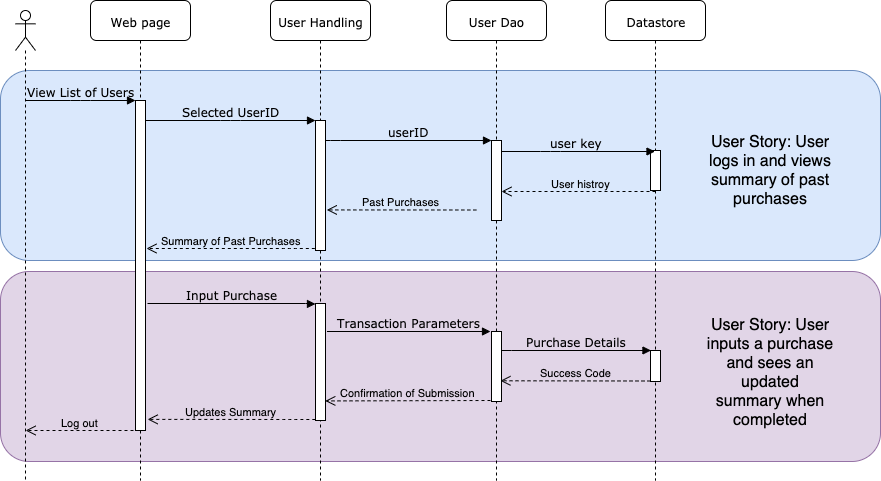
malcolmnewson/Simple-Budget---Seng-350 keeps this draw.io diagram as docs/M2/sequence-diagram.png. Above is the earlier version. Source tidied: cells renumbered, new cells last; positions are measured from the earlier drawing's top-left corner, leaving out a move shared by most shapes. The source it was exported from:
```xml
<mxGraphModel>
  <root>
    <mxCell id="0" />
    <mxCell id="1" parent="0" />
    <mxCell id="2" style="rounded=1;whiteSpace=wrap;html=1;fillColor=#e1d5e7;strokeColor=#9673a6;" parent="1" vertex="1">
      <mxGeometry y="271" width="880" height="190" as="geometry" />
    </mxCell>
    <mxCell id="3" value="&lt;font style=&quot;font-size: 16px&quot;&gt;User Story: User inputs a purchase and sees an updated summary when completed&lt;/font&gt;" style="text;html=1;strokeColor=none;fillColor=#e1d5e7;align=center;verticalAlign=middle;whiteSpace=wrap;rounded=0;" parent="1" vertex="1">
      <mxGeometry x="705" y="341" width="130" height="60" as="geometry" />
    </mxCell>
    <mxCell id="4" style="rounded=1;whiteSpace=wrap;html=1;fillColor=#dae8fc;strokeColor=#6c8ebf;" parent="1" vertex="1">
      <mxGeometry y="70" width="880" height="190" as="geometry" />
    </mxCell>
    <mxCell id="5" value="Web page" style="shape=umlLifeline;perimeter=lifelinePerimeter;whiteSpace=wrap;html=1;rounded=1;shadow=0;comic=0;labelBackgroundColor=none;strokeColor=#000000;strokeWidth=1;fillColor=#FFFFFF;fontFamily=Verdana;fontSize=12;fontColor=#000000;align=center;" parent="1" vertex="1">
      <mxGeometry x="90" width="100" height="480" as="geometry" />
    </mxCell>
    <mxCell id="6" style="html=1;points=[];perimeter=orthogonalPerimeter;rounded=0;shadow=0;comic=0;labelBackgroundColor=none;strokeColor=#000000;strokeWidth=1;fillColor=#FFFFFF;fontFamily=Verdana;fontSize=12;fontColor=#000000;align=center;" parent="5" vertex="1">
      <mxGeometry x="45" y="100" width="10" height="330" as="geometry" />
    </mxCell>
    <mxCell id="7" value="User Handling" style="shape=umlLifeline;perimeter=lifelinePerimeter;whiteSpace=wrap;html=1;rounded=1;shadow=0;comic=0;labelBackgroundColor=none;strokeColor=#000000;strokeWidth=1;fillColor=#FFFFFF;fontFamily=Verdana;fontSize=12;fontColor=#000000;align=center;" parent="1" vertex="1">
      <mxGeometry x="270" width="100" height="480" as="geometry" />
    </mxCell>
    <mxCell id="8" style="html=1;points=[];perimeter=orthogonalPerimeter;rounded=0;shadow=0;comic=0;labelBackgroundColor=none;strokeColor=#000000;strokeWidth=1;fillColor=#FFFFFF;fontFamily=Verdana;fontSize=12;fontColor=#000000;align=center;" parent="7" vertex="1">
      <mxGeometry x="45" y="120" width="10" height="130" as="geometry" />
    </mxCell>
    <mxCell id="9" style="html=1;perimeter=orthogonalPerimeter;rounded=0;shadow=0;comic=0;labelBackgroundColor=none;strokeColor=#000000;strokeWidth=1;fillColor=#FFFFFF;fontFamily=Verdana;fontSize=12;fontColor=#000000;align=center;" parent="7" vertex="1">
      <mxGeometry x="45" y="303" width="10" height="117" as="geometry" />
    </mxCell>
    <mxCell id="10" value="User Dao" style="shape=umlLifeline;perimeter=lifelinePerimeter;whiteSpace=wrap;html=1;rounded=1;shadow=0;comic=0;labelBackgroundColor=none;strokeColor=#000000;strokeWidth=1;fillColor=#FFFFFF;fontFamily=Verdana;fontSize=12;fontColor=#000000;align=center;" parent="1" vertex="1">
      <mxGeometry x="446" width="100" height="480" as="geometry" />
    </mxCell>
    <mxCell id="11" style="html=1;points=[];perimeter=orthogonalPerimeter;rounded=0;shadow=0;comic=0;labelBackgroundColor=none;strokeColor=#000000;strokeWidth=1;fillColor=#FFFFFF;fontFamily=Verdana;fontSize=12;fontColor=#000000;align=center;" parent="10" vertex="1">
      <mxGeometry x="45" y="331" width="10" height="70" as="geometry" />
    </mxCell>
    <mxCell id="12" value="Datastore" style="shape=umlLifeline;perimeter=lifelinePerimeter;whiteSpace=wrap;html=1;outlineConnect=0;rounded=1;shadow=0;comic=0;labelBackgroundColor=none;strokeColor=#000000;strokeWidth=1;fillColor=#FFFFFF;fontFamily=Verdana;fontSize=12;fontColor=#000000;align=center;" parent="1" vertex="1">
      <mxGeometry x="605" width="100" height="480" as="geometry" />
    </mxCell>
    <mxCell id="13" style="html=1;perimeter=orthogonalPerimeter;rounded=0;shadow=0;comic=0;labelBackgroundColor=none;strokeColor=#000000;strokeWidth=1;fillColor=#FFFFFF;fontFamily=Verdana;fontSize=12;fontColor=#000000;align=center;" parent="12" vertex="1">
      <mxGeometry x="45" y="150" width="10" height="40" as="geometry" />
    </mxCell>
    <mxCell id="14" style="html=1;perimeter=orthogonalPerimeter;rounded=0;shadow=0;comic=0;labelBackgroundColor=none;strokeColor=#000000;strokeWidth=1;fillColor=#FFFFFF;fontFamily=Verdana;fontSize=12;fontColor=#000000;align=center;" parent="12" vertex="1">
      <mxGeometry x="45" y="350" width="10" height="31" as="geometry" />
    </mxCell>
    <mxCell id="15" value="userID" style="html=1;verticalAlign=bottom;endArrow=block;labelBackgroundColor=none;fontFamily=Verdana;fontSize=12;edgeStyle=elbowEdgeStyle;elbow=vertical;" parent="1" edge="1" source="8" target="20">
      <mxGeometry relative="1" as="geometry">
        <Array as="points">
          <mxPoint x="330" y="140" />
        </Array>
      </mxGeometry>
    </mxCell>
    <mxCell id="16" value="View List of Users" style="html=1;verticalAlign=bottom;endArrow=block;entryX=0;entryY=0;labelBackgroundColor=none;fontFamily=Verdana;fontSize=12;edgeStyle=elbowEdgeStyle;elbow=vertical;" parent="1" edge="1" target="6">
      <mxGeometry relative="1" as="geometry">
        <mxPoint x="25" y="100" as="sourcePoint" />
      </mxGeometry>
    </mxCell>
    <mxCell id="17" value="Selected UserID" style="html=1;verticalAlign=bottom;endArrow=block;entryX=0;entryY=0;labelBackgroundColor=none;fontFamily=Verdana;fontSize=12;edgeStyle=elbowEdgeStyle;elbow=vertical;" parent="1" edge="1" source="6" target="8">
      <mxGeometry relative="1" as="geometry" />
    </mxCell>
    <mxCell id="18" style="shape=umlLifeline;participant=umlActor;perimeter=lifelinePerimeter;whiteSpace=wrap;html=1;verticalAlign=top;spacingTop=36;labelBackgroundColor=#ffffff;" parent="1" vertex="1">
      <mxGeometry x="15" y="10" width="20" height="470" as="geometry" />
    </mxCell>
    <mxCell id="19" value="user key" style="html=1;verticalAlign=bottom;endArrow=block;labelBackgroundColor=none;fontFamily=Verdana;fontSize=12;edgeStyle=elbowEdgeStyle;elbow=vertical;" parent="1" edge="1" target="12">
      <mxGeometry relative="1" as="geometry">
        <mxPoint x="495" y="151" as="sourcePoint" />
      </mxGeometry>
    </mxCell>
    <mxCell id="20" style="html=1;points=[];perimeter=orthogonalPerimeter;rounded=0;shadow=0;comic=0;labelBackgroundColor=none;strokeColor=#000000;strokeWidth=1;fillColor=#FFFFFF;fontFamily=Verdana;fontSize=12;fontColor=#000000;align=center;" parent="1" vertex="1">
      <mxGeometry x="491" y="140" width="10" height="80" as="geometry" />
    </mxCell>
    <mxCell id="21" value="User histroy" style="html=1;verticalAlign=bottom;endArrow=open;dashed=1;endSize=8;labelBackgroundColor=none;" parent="1" edge="1">
      <mxGeometry x="-0.03" relative="1" as="geometry">
        <mxPoint x="655" y="191" as="sourcePoint" />
        <mxPoint x="501" y="191" as="targetPoint" />
      </mxGeometry>
    </mxCell>
    <mxCell id="22" value="Past Purchases" style="html=1;verticalAlign=bottom;endArrow=open;dashed=1;endSize=8;exitX=-0.017;exitY=0.35;exitDx=0;exitDy=0;exitPerimeter=0;entryX=1.029;entryY=0.391;entryDx=0;entryDy=0;entryPerimeter=0;labelBackgroundColor=none;" parent="1" edge="1">
      <mxGeometry relative="1" as="geometry">
        <mxPoint x="475.8" y="209.5" as="sourcePoint" />
        <mxPoint x="326.3" y="209.4" as="targetPoint" />
      </mxGeometry>
    </mxCell>
    <mxCell id="23" value="Summary of Past Purchases" style="html=1;verticalAlign=bottom;endArrow=open;dashed=1;endSize=8;exitX=-0.017;exitY=0.35;exitDx=0;exitDy=0;exitPerimeter=0;labelBackgroundColor=none;" parent="1" edge="1">
      <mxGeometry relative="1" as="geometry">
        <mxPoint x="314.3" y="248" as="sourcePoint" />
        <mxPoint x="146" y="248" as="targetPoint" />
        <Array as="points">
          <mxPoint x="289.5" y="248" />
        </Array>
      </mxGeometry>
    </mxCell>
    <mxCell id="24" value="Input Purchase" style="html=1;verticalAlign=bottom;endArrow=block;entryX=0;entryY=0;labelBackgroundColor=none;fontFamily=Verdana;fontSize=12;edgeStyle=elbowEdgeStyle;elbow=vertical;" parent="1" edge="1">
      <mxGeometry relative="1" as="geometry">
        <mxPoint x="147" y="303" as="sourcePoint" />
        <mxPoint x="315" y="303.5" as="targetPoint" />
      </mxGeometry>
    </mxCell>
    <mxCell id="25" value="Transaction Parameters" style="html=1;verticalAlign=bottom;endArrow=block;labelBackgroundColor=none;fontFamily=Verdana;fontSize=12;edgeStyle=elbowEdgeStyle;elbow=vertical;" parent="1" edge="1">
      <mxGeometry relative="1" as="geometry">
        <mxPoint x="326.5" y="331" as="sourcePoint" />
        <mxPoint x="490" y="331" as="targetPoint" />
      </mxGeometry>
    </mxCell>
    <mxCell id="26" value="Purchase Details" style="html=1;verticalAlign=bottom;endArrow=block;entryX=0;entryY=0;labelBackgroundColor=none;fontFamily=Verdana;fontSize=12;edgeStyle=elbowEdgeStyle;elbow=vertical;" parent="1" edge="1">
      <mxGeometry relative="1" as="geometry">
        <mxPoint x="501" y="350" as="sourcePoint" />
        <mxPoint x="650.5" y="350" as="targetPoint" />
      </mxGeometry>
    </mxCell>
    <mxCell id="27" value="Success Code" style="html=1;verticalAlign=bottom;endArrow=open;dashed=1;endSize=8;entryX=0.893;entryY=0.704;entryDx=0;entryDy=0;entryPerimeter=0;labelBackgroundColor=none;" parent="1" edge="1" target="11">
      <mxGeometry relative="1" as="geometry">
        <mxPoint x="650" y="380.5" as="sourcePoint" />
      </mxGeometry>
    </mxCell>
    <mxCell id="28" value="Confirmation of Submission" style="html=1;verticalAlign=bottom;endArrow=open;dashed=1;endSize=8;entryX=1.029;entryY=0.391;entryDx=0;entryDy=0;entryPerimeter=0;labelBackgroundColor=none;" parent="1" edge="1">
      <mxGeometry relative="1" as="geometry">
        <mxPoint x="490" y="400" as="sourcePoint" />
        <mxPoint x="324.8" y="400.4" as="targetPoint" />
      </mxGeometry>
    </mxCell>
    <mxCell id="29" value="Updates Summary" style="html=1;verticalAlign=bottom;endArrow=open;dashed=1;endSize=8;exitX=-0.017;exitY=0.35;exitDx=0;exitDy=0;exitPerimeter=0;entryX=1.163;entryY=0.538;entryDx=0;entryDy=0;entryPerimeter=0;labelBackgroundColor=none;" parent="1" edge="1">
      <mxGeometry relative="1" as="geometry">
        <mxPoint x="314.8" y="419" as="sourcePoint" />
        <mxPoint x="147.1" y="418.9" as="targetPoint" />
        <Array as="points">
          <mxPoint x="290" y="419" />
        </Array>
      </mxGeometry>
    </mxCell>
    <mxCell id="30" value="Log out" style="html=1;verticalAlign=bottom;endArrow=open;dashed=1;endSize=8;labelBackgroundColor=none;" parent="1" edge="1">
      <mxGeometry relative="1" as="geometry">
        <mxPoint x="133" y="430" as="sourcePoint" />
        <mxPoint x="25.1" y="430" as="targetPoint" />
      </mxGeometry>
    </mxCell>
    <mxCell id="31" value="&lt;font style=&quot;font-size: 16px&quot;&gt;User Story: User logs in and views summary of past purchases&lt;/font&gt;" style="text;html=1;strokeColor=none;fillColor=none;align=center;verticalAlign=middle;whiteSpace=wrap;rounded=0;" parent="1" vertex="1">
      <mxGeometry x="705" y="140" width="130" height="60" as="geometry" />
    </mxCell>
  </root>
</mxGraphModel>
```
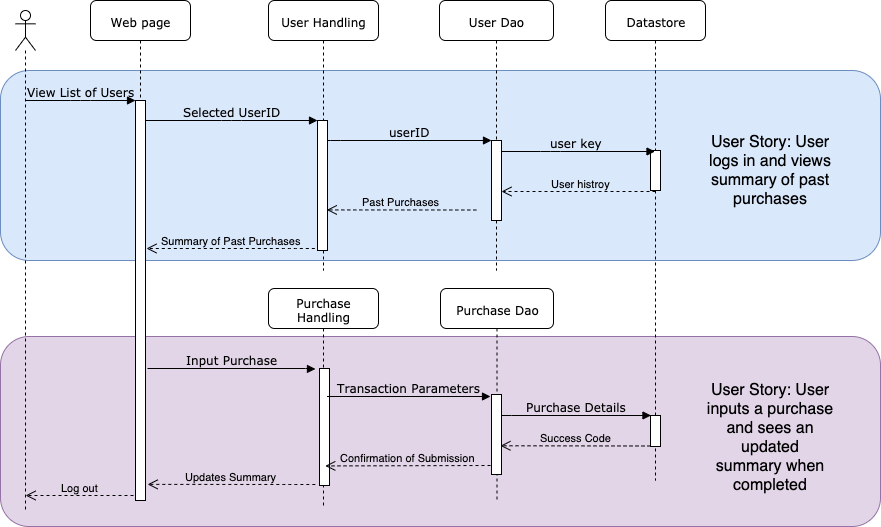
After the change.

What changed in the source:
```diff
@@ -3,35 +3,35 @@
     <mxCell id="0" />
     <mxCell id="1" parent="0" />
     <mxCell id="2" style="rounded=1;whiteSpace=wrap;html=1;fillColor=#e1d5e7;strokeColor=#9673a6;" parent="1" vertex="1">
-      <mxGeometry y="271" width="880" height="190" as="geometry" />
+      <mxGeometry y="336" width="880" height="190" as="geometry" />
     </mxCell>
+    <mxCell id="32" value="Purchase Handling" style="shape=umlLifeline;perimeter=lifelinePerimeter;whiteSpace=wrap;html=1;rounded=1;shadow=0;comic=0;labelBackgroundColor=none;strokeColor=#000000;strokeWidth=1;fillColor=#FFFFFF;fontFamily=Verdana;fontSize=12;fontColor=#000000;align=center;" parent="1" vertex="1">
+      <mxGeometry x="268" y="288" width="110" height="220" as="geometry" />
+    </mxCell>
     <mxCell id="3" value="&lt;font style=&quot;font-size: 16px&quot;&gt;User Story: User inputs a purchase and sees an updated summary when completed&lt;/font&gt;" style="text;html=1;strokeColor=none;fillColor=#e1d5e7;align=center;verticalAlign=middle;whiteSpace=wrap;rounded=0;" parent="1" vertex="1">
-      <mxGeometry x="705" y="341" width="130" height="60" as="geometry" />
+      <mxGeometry x="705" y="406" width="130" height="60" as="geometry" />
     </mxCell>
     <mxCell id="4" style="rounded=1;whiteSpace=wrap;html=1;fillColor=#dae8fc;strokeColor=#6c8ebf;" parent="1" vertex="1">
       <mxGeometry y="70" width="880" height="190" as="geometry" />
     </mxCell>
     <mxCell id="5" value="Web page" style="shape=umlLifeline;perimeter=lifelinePerimeter;whiteSpace=wrap;html=1;rounded=1;shadow=0;comic=0;labelBackgroundColor=none;strokeColor=#000000;strokeWidth=1;fillColor=#FFFFFF;fontFamily=Verdana;fontSize=12;fontColor=#000000;align=center;" parent="1" vertex="1">
-      <mxGeometry x="90" width="100" height="480" as="geometry" />
+      <mxGeometry x="90" width="100" height="500" as="geometry" />
     </mxCell>
     <mxCell id="6" style="html=1;points=[];perimeter=orthogonalPerimeter;rounded=0;shadow=0;comic=0;labelBackgroundColor=none;strokeColor=#000000;strokeWidth=1;fillColor=#FFFFFF;fontFamily=Verdana;fontSize=12;fontColor=#000000;align=center;" parent="5" vertex="1">
-      <mxGeometry x="45" y="100" width="10" height="330" as="geometry" />
+      <mxGeometry x="45" y="100" width="10" height="400" as="geometry" />
     </mxCell>
     <mxCell id="7" value="User Handling" style="shape=umlLifeline;perimeter=lifelinePerimeter;whiteSpace=wrap;html=1;rounded=1;shadow=0;comic=0;labelBackgroundColor=none;strokeColor=#000000;strokeWidth=1;fillColor=#FFFFFF;fontFamily=Verdana;fontSize=12;fontColor=#000000;align=center;" parent="1" vertex="1">
-      <mxGeometry x="270" width="100" height="480" as="geometry" />
+      <mxGeometry x="268" width="110" height="270" as="geometry" />
     </mxCell>
     <mxCell id="8" style="html=1;points=[];perimeter=orthogonalPerimeter;rounded=0;shadow=0;comic=0;labelBackgroundColor=none;strokeColor=#000000;strokeWidth=1;fillColor=#FFFFFF;fontFamily=Verdana;fontSize=12;fontColor=#000000;align=center;" parent="7" vertex="1">
-      <mxGeometry x="45" y="120" width="10" height="130" as="geometry" />
+      <mxGeometry x="49" y="120" width="10" height="130" as="geometry" />
     </mxCell>
     <mxCell id="9" style="html=1;perimeter=orthogonalPerimeter;rounded=0;shadow=0;comic=0;labelBackgroundColor=none;strokeColor=#000000;strokeWidth=1;fillColor=#FFFFFF;fontFamily=Verdana;fontSize=12;fontColor=#000000;align=center;" parent="7" vertex="1">
-      <mxGeometry x="45" y="303" width="10" height="117" as="geometry" />
+      <mxGeometry x="51" y="368" width="10" height="117" as="geometry" />
     </mxCell>
     <mxCell id="10" value="User Dao" style="shape=umlLifeline;perimeter=lifelinePerimeter;whiteSpace=wrap;html=1;rounded=1;shadow=0;comic=0;labelBackgroundColor=none;strokeColor=#000000;strokeWidth=1;fillColor=#FFFFFF;fontFamily=Verdana;fontSize=12;fontColor=#000000;align=center;" parent="1" vertex="1">
-      <mxGeometry x="446" width="100" height="480" as="geometry" />
+      <mxGeometry x="439" width="114" height="270" as="geometry" />
     </mxCell>
-    <mxCell id="11" style="html=1;points=[];perimeter=orthogonalPerimeter;rounded=0;shadow=0;comic=0;labelBackgroundColor=none;strokeColor=#000000;strokeWidth=1;fillColor=#FFFFFF;fontFamily=Verdana;fontSize=12;fontColor=#000000;align=center;" parent="10" vertex="1">
-      <mxGeometry x="45" y="331" width="10" height="70" as="geometry" />
-    </mxCell>
     <mxCell id="12" value="Datastore" style="shape=umlLifeline;perimeter=lifelinePerimeter;whiteSpace=wrap;html=1;outlineConnect=0;rounded=1;shadow=0;comic=0;labelBackgroundColor=none;strokeColor=#000000;strokeWidth=1;fillColor=#FFFFFF;fontFamily=Verdana;fontSize=12;fontColor=#000000;align=center;" parent="1" vertex="1">
       <mxGeometry x="605" width="100" height="480" as="geometry" />
     </mxCell>
@@ -39,7 +39,7 @@
       <mxGeometry x="45" y="150" width="10" height="40" as="geometry" />
     </mxCell>
     <mxCell id="14" style="html=1;perimeter=orthogonalPerimeter;rounded=0;shadow=0;comic=0;labelBackgroundColor=none;strokeColor=#000000;strokeWidth=1;fillColor=#FFFFFF;fontFamily=Verdana;fontSize=12;fontColor=#000000;align=center;" parent="12" vertex="1">
-      <mxGeometry x="45" y="350" width="10" height="31" as="geometry" />
+      <mxGeometry x="45" y="415" width="10" height="31" as="geometry" />
     </mxCell>
     <mxCell id="15" value="userID" style="html=1;verticalAlign=bottom;endArrow=block;labelBackgroundColor=none;fontFamily=Verdana;fontSize=12;edgeStyle=elbowEdgeStyle;elbow=vertical;" parent="1" edge="1" source="8" target="20">
       <mxGeometry relative="1" as="geometry">
@@ -57,7 +57,7 @@
       <mxGeometry relative="1" as="geometry" />
     </mxCell>
     <mxCell id="18" style="shape=umlLifeline;participant=umlActor;perimeter=lifelinePerimeter;whiteSpace=wrap;html=1;verticalAlign=top;spacingTop=36;labelBackgroundColor=#ffffff;" parent="1" vertex="1">
-      <mxGeometry x="15" y="10" width="20" height="470" as="geometry" />
+      <mxGeometry x="15" y="10" width="20" height="500" as="geometry" />
     </mxCell>
     <mxCell id="19" value="user key" style="html=1;verticalAlign=bottom;endArrow=block;labelBackgroundColor=none;fontFamily=Verdana;fontSize=12;edgeStyle=elbowEdgeStyle;elbow=vertical;" parent="1" edge="1" target="12">
       <mxGeometry relative="1" as="geometry">
@@ -90,50 +90,57 @@
     </mxCell>
     <mxCell id="24" value="Input Purchase" style="html=1;verticalAlign=bottom;endArrow=block;entryX=0;entryY=0;labelBackgroundColor=none;fontFamily=Verdana;fontSize=12;edgeStyle=elbowEdgeStyle;elbow=vertical;" parent="1" edge="1">
       <mxGeometry relative="1" as="geometry">
-        <mxPoint x="147" y="303" as="sourcePoint" />
-        <mxPoint x="315" y="303.5" as="targetPoint" />
+        <mxPoint x="147" y="368" as="sourcePoint" />
+        <mxPoint x="315" y="368.5" as="targetPoint" />
       </mxGeometry>
     </mxCell>
     <mxCell id="25" value="Transaction Parameters" style="html=1;verticalAlign=bottom;endArrow=block;labelBackgroundColor=none;fontFamily=Verdana;fontSize=12;edgeStyle=elbowEdgeStyle;elbow=vertical;" parent="1" edge="1">
       <mxGeometry relative="1" as="geometry">
-        <mxPoint x="326.5" y="331" as="sourcePoint" />
-        <mxPoint x="490" y="331" as="targetPoint" />
+        <mxPoint x="326.5" y="396" as="sourcePoint" />
+        <mxPoint x="490" y="396" as="targetPoint" />
       </mxGeometry>
     </mxCell>
     <mxCell id="26" value="Purchase Details" style="html=1;verticalAlign=bottom;endArrow=block;entryX=0;entryY=0;labelBackgroundColor=none;fontFamily=Verdana;fontSize=12;edgeStyle=elbowEdgeStyle;elbow=vertical;" parent="1" edge="1">
       <mxGeometry relative="1" as="geometry">
-        <mxPoint x="501" y="350" as="sourcePoint" />
-        <mxPoint x="650.5" y="350" as="targetPoint" />
+        <mxPoint x="501" y="415" as="sourcePoint" />
+        <mxPoint x="650.5" y="415" as="targetPoint" />
       </mxGeometry>
     </mxCell>
-    <mxCell id="27" value="Success Code" style="html=1;verticalAlign=bottom;endArrow=open;dashed=1;endSize=8;entryX=0.893;entryY=0.704;entryDx=0;entryDy=0;entryPerimeter=0;labelBackgroundColor=none;" parent="1" edge="1" target="11">
+    <mxCell id="27" value="Success Code" style="html=1;verticalAlign=bottom;endArrow=open;dashed=1;endSize=8;entryX=0.893;entryY=0.704;entryDx=0;entryDy=0;entryPerimeter=0;labelBackgroundColor=none;" parent="1" edge="1">
       <mxGeometry relative="1" as="geometry">
-        <mxPoint x="650" y="380.5" as="sourcePoint" />
+        <mxPoint x="650" y="445.5" as="sourcePoint" />
+        <mxPoint x="499.9" y="445.3" as="targetPoint" />
       </mxGeometry>
     </mxCell>
     <mxCell id="28" value="Confirmation of Submission" style="html=1;verticalAlign=bottom;endArrow=open;dashed=1;endSize=8;entryX=1.029;entryY=0.391;entryDx=0;entryDy=0;entryPerimeter=0;labelBackgroundColor=none;" parent="1" edge="1">
       <mxGeometry relative="1" as="geometry">
-        <mxPoint x="490" y="400" as="sourcePoint" />
-        <mxPoint x="324.8" y="400.4" as="targetPoint" />
+        <mxPoint x="490" y="465" as="sourcePoint" />
+        <mxPoint x="324.8" y="465.4" as="targetPoint" />
       </mxGeometry>
     </mxCell>
     <mxCell id="29" value="Updates Summary" style="html=1;verticalAlign=bottom;endArrow=open;dashed=1;endSize=8;exitX=-0.017;exitY=0.35;exitDx=0;exitDy=0;exitPerimeter=0;entryX=1.163;entryY=0.538;entryDx=0;entryDy=0;entryPerimeter=0;labelBackgroundColor=none;" parent="1" edge="1">
       <mxGeometry relative="1" as="geometry">
-        <mxPoint x="314.8" y="419" as="sourcePoint" />
-        <mxPoint x="147.1" y="418.9" as="targetPoint" />
+        <mxPoint x="314.8" y="484" as="sourcePoint" />
+        <mxPoint x="147.1" y="483.9" as="targetPoint" />
         <Array as="points">
-          <mxPoint x="290" y="419" />
+          <mxPoint x="290" y="484" />
         </Array>
       </mxGeometry>
     </mxCell>
     <mxCell id="30" value="Log out" style="html=1;verticalAlign=bottom;endArrow=open;dashed=1;endSize=8;labelBackgroundColor=none;" parent="1" edge="1">
       <mxGeometry relative="1" as="geometry">
-        <mxPoint x="133" y="430" as="sourcePoint" />
-        <mxPoint x="25.1" y="430" as="targetPoint" />
+        <mxPoint x="133" y="495" as="sourcePoint" />
+        <mxPoint x="25.1" y="495" as="targetPoint" />
       </mxGeometry>
     </mxCell>
     <mxCell id="31" value="&lt;font style=&quot;font-size: 16px&quot;&gt;User Story: User logs in and views summary of past purchases&lt;/font&gt;" style="text;html=1;strokeColor=none;fillColor=none;align=center;verticalAlign=middle;whiteSpace=wrap;rounded=0;" parent="1" vertex="1">
       <mxGeometry x="705" y="140" width="130" height="60" as="geometry" />
     </mxCell>
+    <mxCell id="33" value="Purchase Dao" style="shape=umlLifeline;perimeter=lifelinePerimeter;whiteSpace=wrap;html=1;rounded=1;shadow=0;comic=0;labelBackgroundColor=none;strokeColor=#000000;strokeWidth=1;fillColor=#FFFFFF;fontFamily=Verdana;fontSize=12;fontColor=#000000;align=center;" parent="1" vertex="1">
+      <mxGeometry x="440" y="288" width="113" height="212" as="geometry" />
+    </mxCell>
+    <mxCell id="34" style="html=1;perimeter=orthogonalPerimeter;rounded=0;shadow=0;comic=0;labelBackgroundColor=none;strokeColor=#000000;strokeWidth=1;fillColor=#FFFFFF;fontFamily=Verdana;fontSize=12;fontColor=#000000;align=center;" parent="33" vertex="1">
+      <mxGeometry x="51" y="106" width="10" height="80" as="geometry" />
+    </mxCell>
   </root>
 </mxGraphModel>
```
